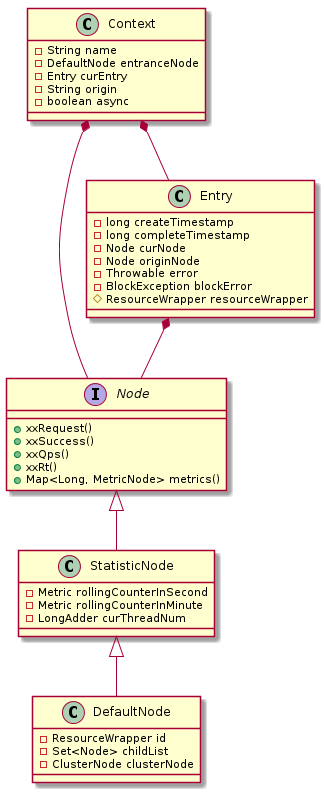
Gh0st99/Gh0st99.github.io keeps this PlantUML diagram as assets/imgs/sentinel/context-class.png. Above is the earlier version.
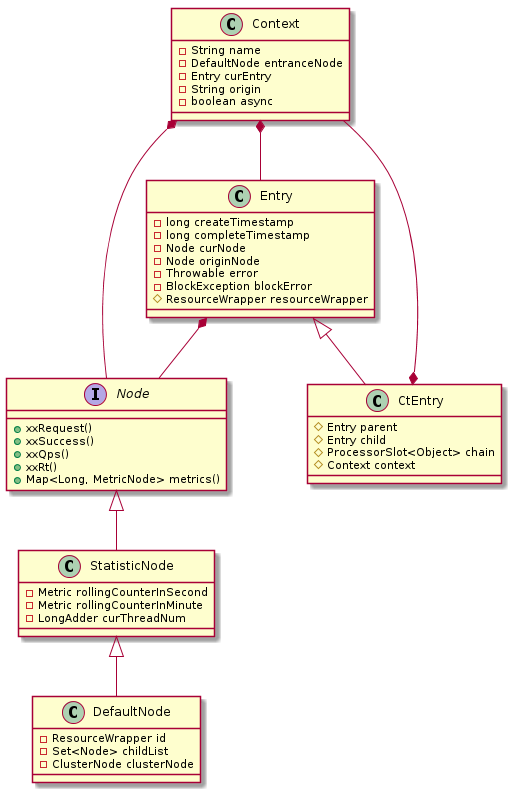
After the change.

What changed in the source:
```diff
@@ -45,4 +45,14 @@
 
 Context *-- Entry
 Entry *-- Node
+
+class CtEntry {
+    # Entry parent
+    # Entry child
+    # ProcessorSlot<Object> chain
+    # Context context
+}
+
+Entry <|-- CtEntry
+CtEntry *-- Context
 @enduml
```
